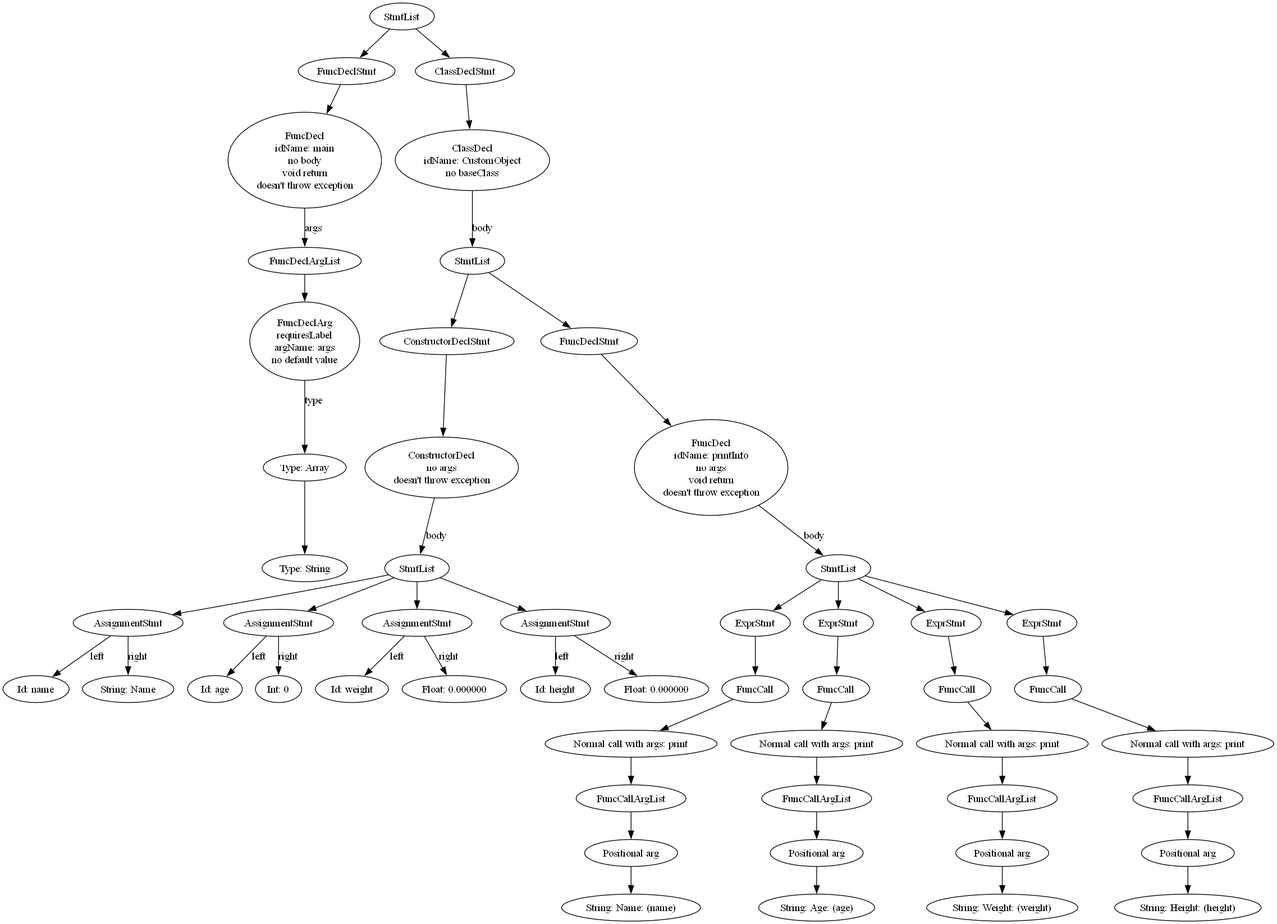
Before: SwiftLex/swiftSem.png, a diagram exported from Graphviz (MatiasMoore/SwiftLexer). Its source is kept beside it as SwiftLex/swiftSem.dot.
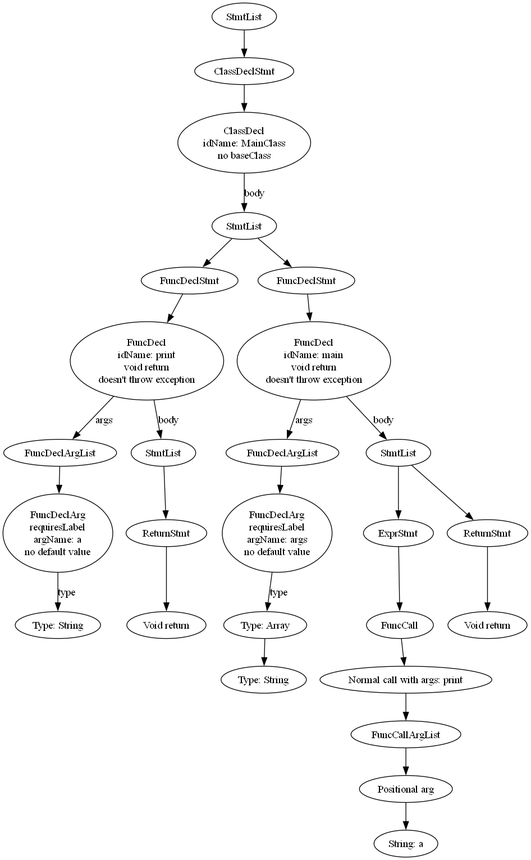
The same diagram one commit later.

Change to the diagram source:
```diff
@@ -1,120 +1,69 @@
 digraph swift {
-6 [label="StmtList"]
-6->5
-5 [label="FuncDeclStmt"]
-5->4
-4 [label="FuncDecl
-idName: main
-no body
+27 [label="StmtList"]
+27->26
+26 [label="ClassDeclStmt"]
+26->25
+25 [label="ClassDecl
+idName: MainClass
+no baseClass"]
+25->8 [label="body"]
+8 [label="StmtList"]
+8->7
+7 [label="FuncDeclStmt"]
+7->6
+6 [label="FuncDecl
+idName: print
 void return
 doesn't throw exception"]
-4->3 [label="args"]
-3 [label="FuncDeclArgList"]
-3->2
-2 [label="FuncDeclArg
+6->2 [label="args"]
+2 [label="FuncDeclArgList"]
+2->1
+1 [label="FuncDeclArg
+requiresLabel
+argName: a
+no default value"]
+1->0 [label="type"]
+0 [label="Type: String"]
+6->5 [label="body"]
+5 [label="StmtList"]
+5->4
+4 [label="ReturnStmt"]
+4->3
+3 [label="Void return"]
+8->24
+24 [label="FuncDeclStmt"]
+24->23
+23 [label="FuncDecl
+idName: main
+void return
+doesn't throw exception"]
+23->12 [label="args"]
+12 [label="FuncDeclArgList"]
+12->11
+11 [label="FuncDeclArg
 requiresLabel
 argName: args
 no default value"]
-2->1 [label="type"]
-1 [label="Type: Array"]
-1->0
-0 [label="Type: String"]
-6->55
-55 [label="ClassDeclStmt"]
-55->54
-54 [label="ClassDecl
-idName: CustomObject
-no baseClass"]
-54->22 [label="body"]
-22 [label="StmtList"]
+11->10 [label="type"]
+10 [label="Type: Array"]
+10->9
+9 [label="Type: String"]
+23->20 [label="body"]
+20 [label="StmtList"]
+20->19
+19 [label="ExprStmt"]
+19->18
+18 [label="FuncCall"]
+18->17
+17 [label="Normal call with args: print"]
+17->16
+16 [label="FuncCallArgList"]
+16->15
+15 [label="Positional arg"]
+15->13
+13 [label="String: a"]
+20->22
+22 [label="ReturnStmt"]
 22->21
-21 [label="ConstructorDeclStmt"]
-21->20
-20 [label="ConstructorDecl
-no args
-doesn't throw exception"]
-20->10 [label="body"]
-10 [label="StmtList"]
-10->9
-9 [label="AssignmentStmt"]
-9->7 [label="left"]
-9->8 [label="right"]
-7 [label="Id: name"]
-8 [label="String: Name"]
-10->13
-13 [label="AssignmentStmt"]
-13->11 [label="left"]
-13->12 [label="right"]
-11 [label="Id: age"]
-12 [label="Int: 0"]
-10->16
-16 [label="AssignmentStmt"]
-16->14 [label="left"]
-16->15 [label="right"]
-14 [label="Id: weight"]
-15 [label="Float: 0.000000"]
-10->19
-19 [label="AssignmentStmt"]
-19->17 [label="left"]
-19->18 [label="right"]
-17 [label="Id: height"]
-18 [label="Float: 0.000000"]
-22->53
-53 [label="FuncDeclStmt"]
-53->52
-52 [label="FuncDecl
-idName: printInfo
-no args
-void return
-doesn't throw exception"]
-52->30 [label="body"]
-30 [label="StmtList"]
-30->29
-29 [label="ExprStmt"]
-29->28
-28 [label="FuncCall"]
-28->27
-27 [label="Normal call with args: print"]
-27->26
-26 [label="FuncCallArgList"]
-26->25
-25 [label="Positional arg"]
-25->23
-23 [label="String: Name: (name)"]
-30->37
-37 [label="ExprStmt"]
-37->36
-36 [label="FuncCall"]
-36->35
-35 [label="Normal call with args: print"]
-35->34
-34 [label="FuncCallArgList"]
-34->33
-33 [label="Positional arg"]
-33->31
-31 [label="String: Age: (age)"]
-30->44
-44 [label="ExprStmt"]
-44->43
-43 [label="FuncCall"]
-43->42
-42 [label="Normal call with args: print"]
-42->41
-41 [label="FuncCallArgList"]
-41->40
-40 [label="Positional arg"]
-40->38
-38 [label="String: Weight: (weight)"]
-30->51
-51 [label="ExprStmt"]
-51->50
-50 [label="FuncCall"]
-50->49
-49 [label="Normal call with args: print"]
-49->48
-48 [label="FuncCallArgList"]
-48->47
-47 [label="Positional arg"]
-47->45
-45 [label="String: Height: (height)"]
+21 [label="Void return"]
 }
```
